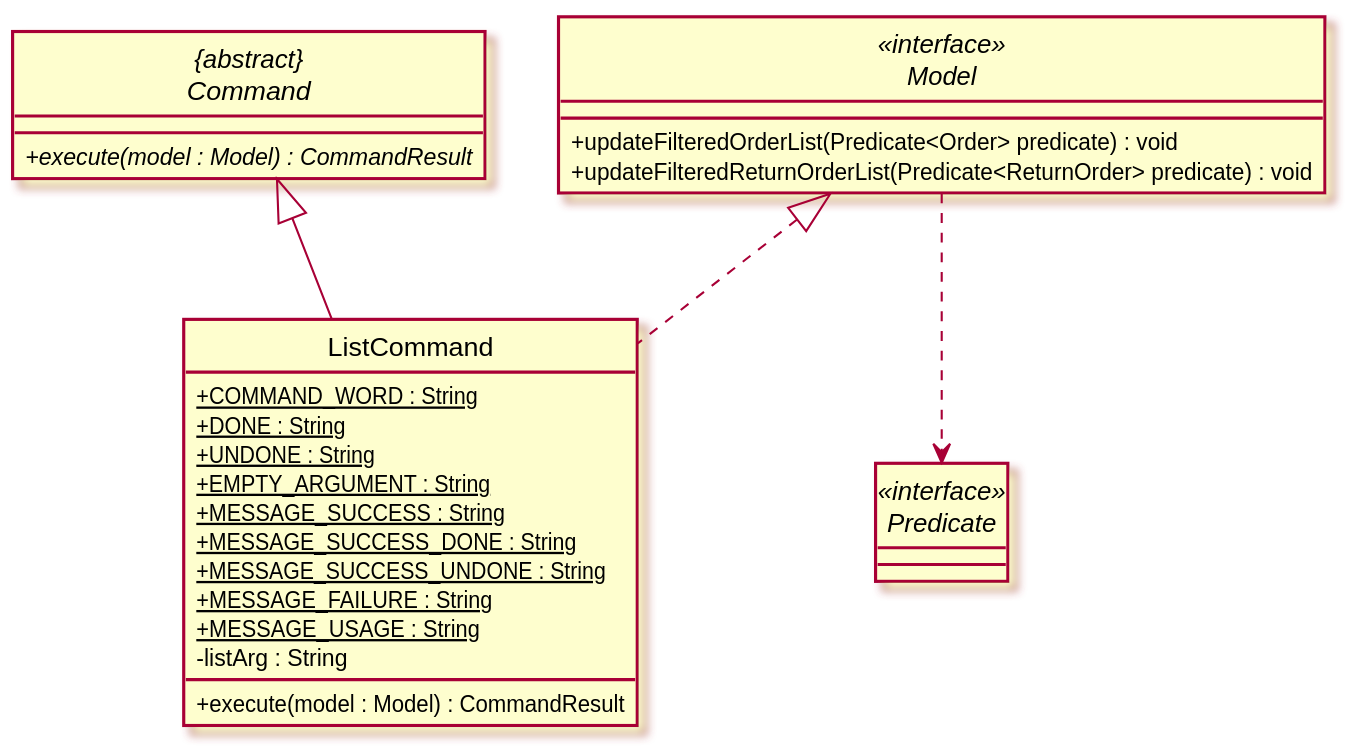
nus-cs2103-AY1920S2/addressbook-level3 keeps this PlantUML diagram as docs/images/ListClassDiagram.svg. Above is the earlier version. Source of this version:
```plantuml
@startuml

skinparam backgroundColor #ffffff
skinparam classAttributeIconSize 0
hide circle

abstract class "{abstract}\nCommand" {
    + {abstract} execute(model : Model) : CommandResult
}

interface Model <<interface>> {
    + updateFilteredOrderList(Predicate<Order> predicate) : void
    + updateFilteredReturnOrderList(Predicate<ReturnOrder> predicate) : void
}
interface Predicate <<interface>> {
}

class ListCommand implements Model{
    + {static} COMMAND_WORD : String
    + {static} DONE : String
    + {static} UNDONE : String
    + {static} EMPTY_ARGUMENT : String
    + {static} MESSAGE_SUCCESS : String
    + {static} MESSAGE_SUCCESS_DONE : String
    + {static} MESSAGE_SUCCESS_UNDONE : String
    + {static} MESSAGE_FAILURE : String
    + {static} MESSAGE_USAGE : String
    - listArg : String

    + execute(model : Model) : CommandResult
}
ListCommand --up|> "{abstract}\nCommand"
Model ..> Predicate
@enduml
```
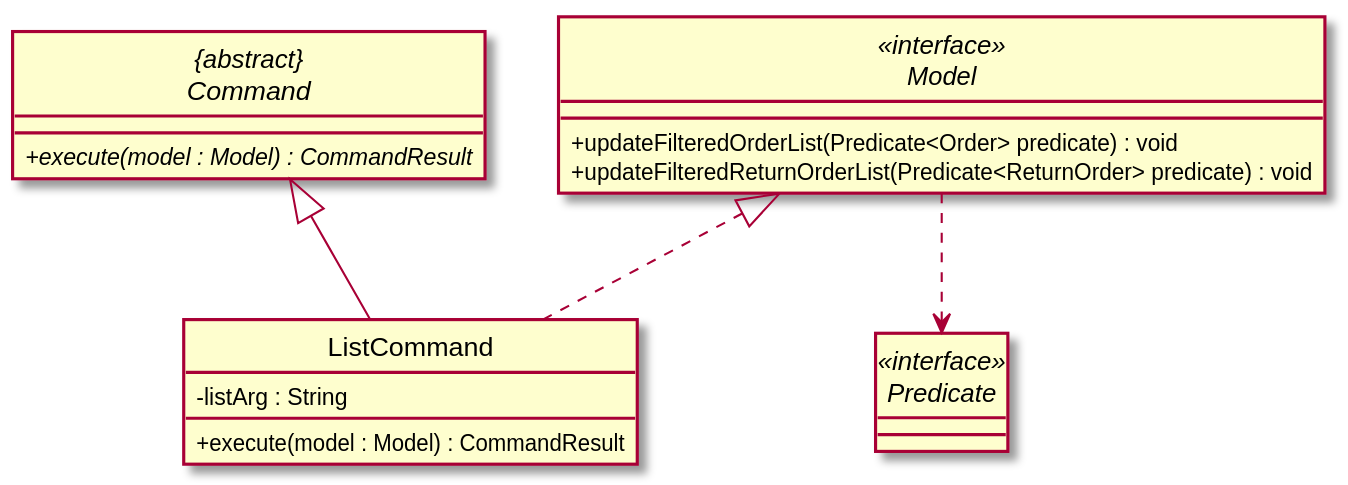
The same file after the commit.

Diff of the diagram source:
```diff
@@ -16,15 +16,6 @@
 }
 
 class ListCommand implements Model{
-    + {static} COMMAND_WORD : String
-    + {static} DONE : String
-    + {static} UNDONE : String
-    + {static} EMPTY_ARGUMENT : String
-    + {static} MESSAGE_SUCCESS : String
-    + {static} MESSAGE_SUCCESS_DONE : String
-    + {static} MESSAGE_SUCCESS_UNDONE : String
-    + {static} MESSAGE_FAILURE : String
-    + {static} MESSAGE_USAGE : String
     - listArg : String
 
     + execute(model : Model) : CommandResult
```
